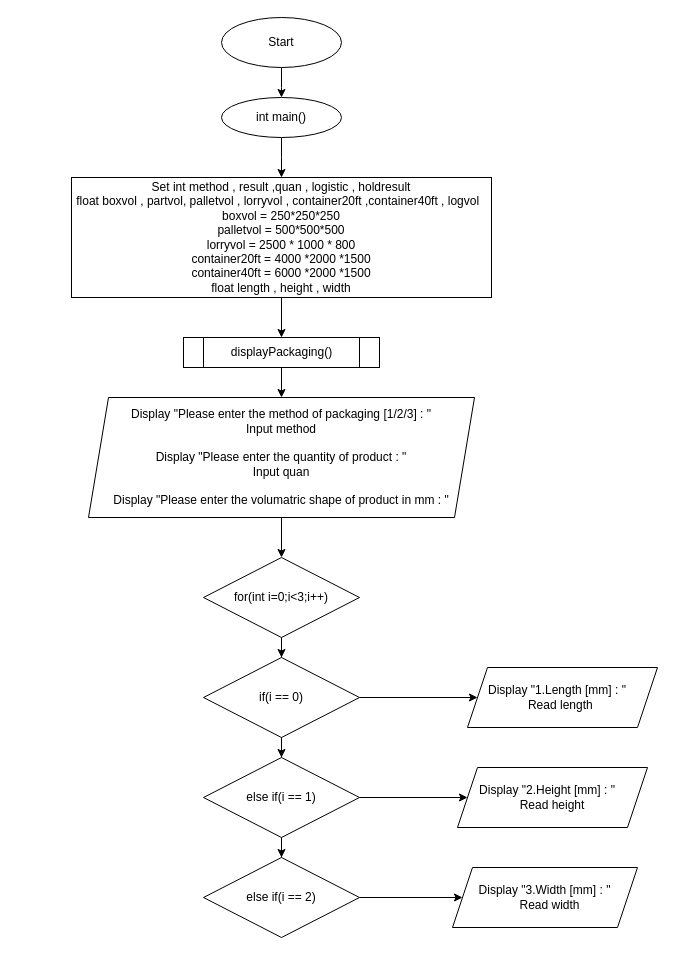
The draw.io diagram page "Page-17" (17 of 21) of Flowchart.drawio in aqilanwar/hafizi-cpp, before the edit. Source tidied: cells renumbered, new cells numbered last; positions are measured from the earlier drawing's top-left corner, leaving out a move shared by most shapes. Both pictures are drawn from the tidied source at 100%, with x=0, y=0 at pixel (71, 17).
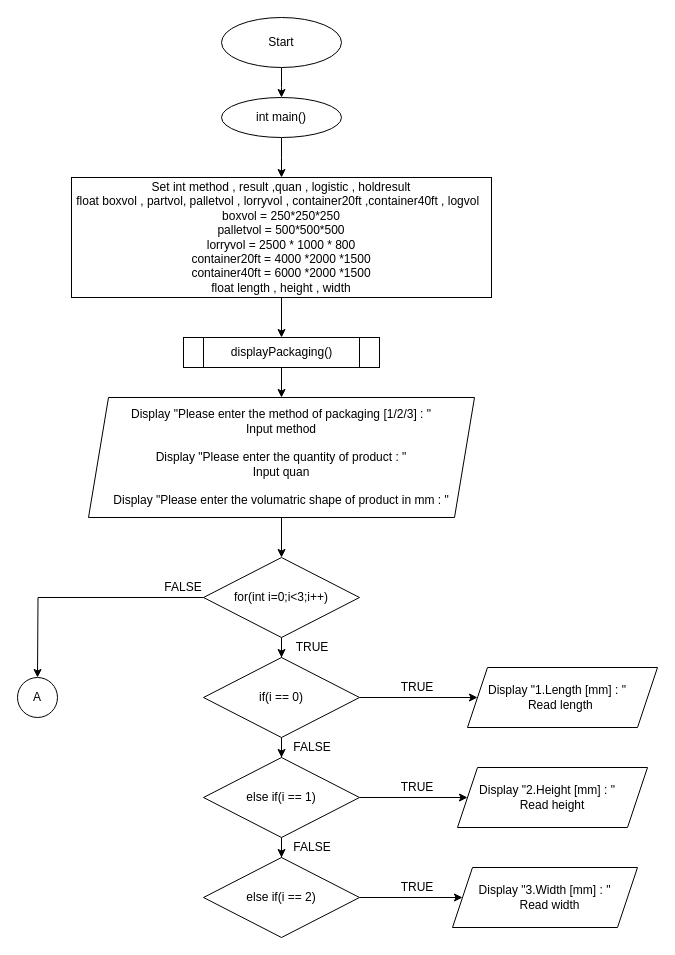
Above is the later version.

The change refers to these unchanged cells:
```xml
<mxCell id="13" value="for(int i=0;i&amp;lt;3;i++)" style="rhombus;whiteSpace=wrap;html=1;rounded=0;" parent="1" vertex="1">
  <mxGeometry x="132" y="540" width="156" height="80" as="geometry" />
</mxCell>
```

What changed in the source:
```diff
@@
+    <mxCell id="25" style="edgeStyle=orthogonalEdgeStyle;rounded=0;jettySize=auto;html=1;" parent="1" edge="1" source="13">
+      <mxGeometry relative="1" as="geometry">
+        <mxPoint x="-34" y="660" as="targetPoint" />
+      </mxGeometry>
+    </mxCell>
@@
+    <mxCell id="26" value="TRUE" style="text;html=1;strokeColor=none;fillColor=none;align=center;verticalAlign=middle;whiteSpace=wrap;rounded=0;" parent="1" vertex="1">
+      <mxGeometry x="221" y="620" width="40" height="20" as="geometry" />
+    </mxCell>
+    <mxCell id="27" value="TRUE" style="text;html=1;strokeColor=none;fillColor=none;align=center;verticalAlign=middle;whiteSpace=wrap;rounded=0;" parent="1" vertex="1">
+      <mxGeometry x="326" y="660" width="40" height="20" as="geometry" />
+    </mxCell>
+    <mxCell id="28" value="TRUE" style="text;html=1;strokeColor=none;fillColor=none;align=center;verticalAlign=middle;whiteSpace=wrap;rounded=0;" parent="1" vertex="1">
+      <mxGeometry x="326" y="760" width="40" height="20" as="geometry" />
+    </mxCell>
+    <mxCell id="29" value="TRUE" style="text;html=1;strokeColor=none;fillColor=none;align=center;verticalAlign=middle;whiteSpace=wrap;rounded=0;" parent="1" vertex="1">
+      <mxGeometry x="326" y="860" width="40" height="20" as="geometry" />
+    </mxCell>
+    <mxCell id="30" value="FALSE" style="text;html=1;strokeColor=none;fillColor=none;align=center;verticalAlign=middle;whiteSpace=wrap;rounded=0;" parent="1" vertex="1">
+      <mxGeometry x="221" y="720" width="40" height="20" as="geometry" />
+    </mxCell>
+    <mxCell id="31" value="FALSE" style="text;html=1;strokeColor=none;fillColor=none;align=center;verticalAlign=middle;whiteSpace=wrap;rounded=0;" parent="1" vertex="1">
+      <mxGeometry x="221" y="820" width="40" height="20" as="geometry" />
+    </mxCell>
+    <mxCell id="32" value="FALSE" style="text;html=1;strokeColor=none;fillColor=none;align=center;verticalAlign=middle;whiteSpace=wrap;rounded=0;" parent="1" vertex="1">
+      <mxGeometry x="92" y="560" width="40" height="20" as="geometry" />
+    </mxCell>
+    <mxCell id="33" value="A" style="ellipse;whiteSpace=wrap;html=1;" parent="1" vertex="1">
+      <mxGeometry x="-54" y="660" width="40" height="40" as="geometry" />
+    </mxCell>
```
